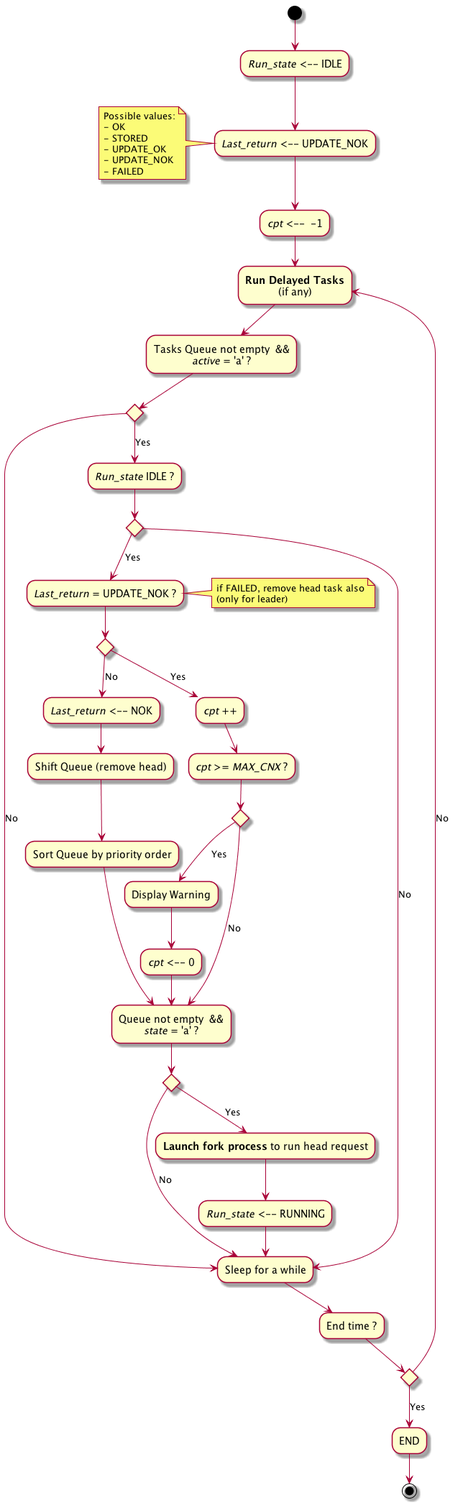
Above: doc/UML/Algo_run_tasks_queue.png in tof25/DST (PlantUML), before the change.
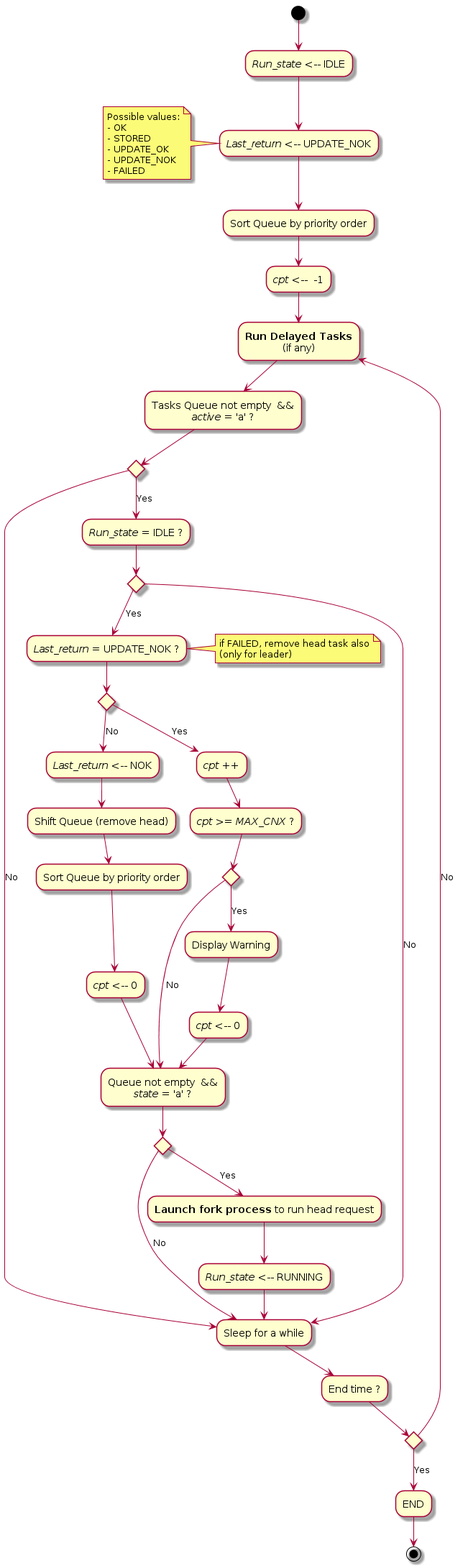
The same diagram one commit later.

Commit message:
Correction algo run_tasks_queue

Change to the diagram source:
```diff
@@ -10,6 +10,7 @@
     - UPDATE_NOK
     - FAILED
 end note
+--> "Sort Queue by priority order" as init4
 --> "<i>cpt</i> <--  -1" as init3
 
 --> "<b>Run Delayed Tasks</b>\n(if any)" as q1
@@ -25,7 +26,7 @@
         -->[No] q1
     endif
 else
-    -->[Yes] "<i>Run_state</i> IDLE ?"
+    -->[Yes] "<i>Run_state</i> = IDLE ?"
     if "" then
         -->[Yes] "<i>Last_return</i> = UPDATE_NOK ?"
         note right : if FAILED, remove head task also\n(only for leader)
@@ -33,6 +34,7 @@
             -->[No] "<i>Last_return</i> <-- NOK"
             --> "Shift Queue (remove head)" as q3
             --> "Sort Queue by priority order"
+            --> "<i>cpt</i> <-- 0" as q4
             --> "Queue not empty  &&\n<i>state</i> = 'a' ?" as q2
         else
             -->[Yes] "<i>cpt</i> ++"
```
